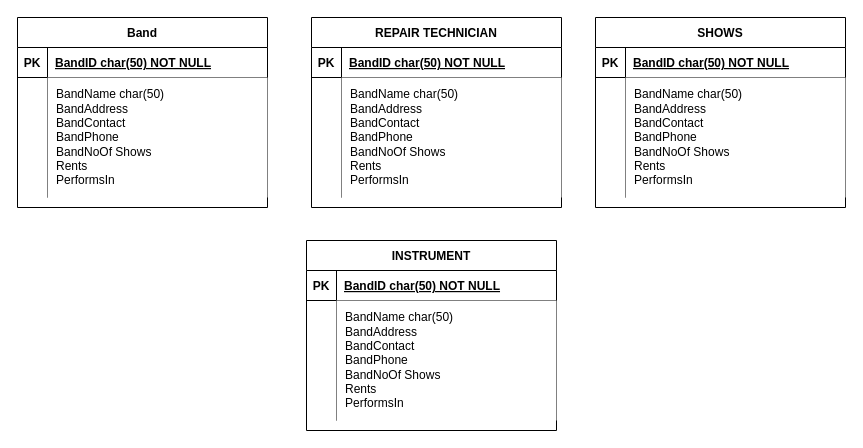
Above: tugas.drawio in josephgreffenkomala/Basis-Data (draw.io), before the change. Source tidied: cells renumbered, new cells numbered last; positions are measured from the earlier drawing's top-left corner, leaving out a move shared by most shapes. Both pictures are drawn from the tidied source at 100%, with x=0, y=0 at pixel (17, 17).
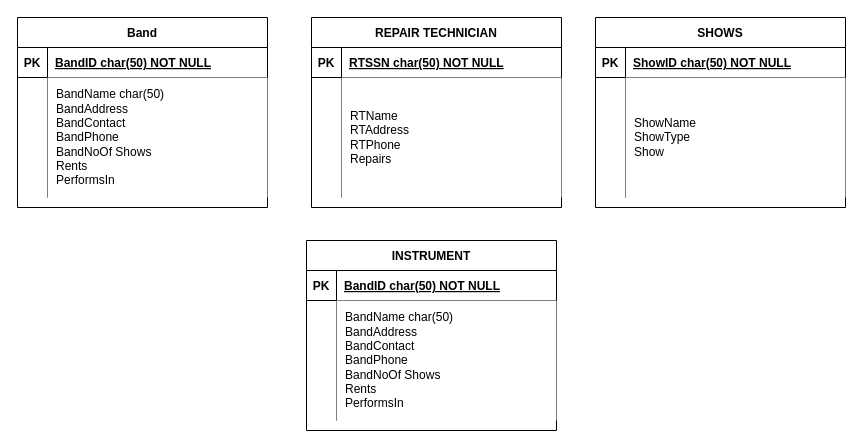
The same page after the edit.

Unchanged cells that the change refers to:
```xml
<mxCell id="10" style="shape=partialRectangle;fillColor=none;top=0;left=0;right=0;bottom=1;" parent="9" vertex="1">
  <mxGeometry y="30" width="250" height="30" as="geometry" />
</mxCell>
<mxCell id="13" style="shape=partialRectangle;fillColor=none;top=0;left=0;right=0;bottom=0;" parent="9" vertex="1">
  <mxGeometry y="60" width="250" height="120" as="geometry" />
</mxCell>
<mxCell id="17" style="shape=partialRectangle;fillColor=none;top=0;left=0;right=0;bottom=1;" parent="16" vertex="1">
  <mxGeometry y="30" width="250" height="30" as="geometry" />
</mxCell>
<mxCell id="20" style="shape=partialRectangle;fillColor=none;top=0;left=0;right=0;bottom=0;" parent="16" vertex="1">
  <mxGeometry y="60" width="250" height="120" as="geometry" />
</mxCell>
```

Change to the diagram source:
```diff
@@
-    <mxCell id="12" value="BandID char(50) NOT NULL " style="shape=partialRectangle;overflow=hidden;fillColor=none;top=0;left=0;bottom=0;right=0;align=left;spacingLeft=6;fontStyle=5;" parent="10" vertex="1">
+    <mxCell id="12" value="RTSSN char(50) NOT NULL " style="shape=partialRectangle;overflow=hidden;fillColor=none;top=0;left=0;bottom=0;right=0;align=left;spacingLeft=6;fontStyle=5;" parent="10" vertex="1">
       <mxGeometry x="30" width="220" height="30" as="geometry" />
     </mxCell>
@@
-    <mxCell id="15" value="BandName char(50)&lt;br&gt;BandAddress&lt;br&gt;BandContact&lt;br&gt;BandPhone&lt;br&gt;BandNoOf Shows&lt;br&gt;Rents&lt;br&gt;PerformsIn" style="shape=partialRectangle;overflow=hidden;fillColor=default;top=0;left=0;bottom=0;right=0;align=left;spacingLeft=7;labelBorderColor=none;html=1;spacingTop=0;spacing=2;spacingBottom=0;spacingRight=0;" parent="13" vertex="1">
+    <mxCell id="15" value="RTName&lt;div&gt;RTAddress&lt;/div&gt;&lt;div&gt;RTPhone&lt;/div&gt;&lt;div&gt;Repairs&lt;/div&gt;" style="shape=partialRectangle;overflow=hidden;fillColor=default;top=0;left=0;bottom=0;right=0;align=left;spacingLeft=7;labelBorderColor=none;html=1;spacingTop=0;spacing=2;spacingBottom=0;spacingRight=0;" parent="13" vertex="1">
       <mxGeometry x="30" width="220" height="120" as="geometry" />
     </mxCell>
@@
-    <mxCell id="19" value="BandID char(50) NOT NULL " style="shape=partialRectangle;overflow=hidden;fillColor=none;top=0;left=0;bottom=0;right=0;align=left;spacingLeft=6;fontStyle=5;" parent="17" vertex="1">
+    <mxCell id="19" value="ShowID char(50) NOT NULL " style="shape=partialRectangle;overflow=hidden;fillColor=none;top=0;left=0;bottom=0;right=0;align=left;spacingLeft=6;fontStyle=5;" parent="17" vertex="1">
       <mxGeometry x="30" width="220" height="30" as="geometry" />
     </mxCell>
@@
-    <mxCell id="22" value="BandName char(50)&lt;br&gt;BandAddress&lt;br&gt;BandContact&lt;br&gt;BandPhone&lt;br&gt;BandNoOf Shows&lt;br&gt;Rents&lt;br&gt;PerformsIn" style="shape=partialRectangle;overflow=hidden;fillColor=default;top=0;left=0;bottom=0;right=0;align=left;spacingLeft=7;labelBorderColor=none;html=1;spacingTop=0;spacing=2;spacingBottom=0;spacingRight=0;" parent="20" vertex="1">
+    <mxCell id="22" value="ShowName&lt;div&gt;ShowType&lt;/div&gt;&lt;div&gt;Show&lt;/div&gt;" style="shape=partialRectangle;overflow=hidden;fillColor=default;top=0;left=0;bottom=0;right=0;align=left;spacingLeft=7;labelBorderColor=none;html=1;spacingTop=0;spacing=2;spacingBottom=0;spacingRight=0;" parent="20" vertex="1">
       <mxGeometry x="30" width="220" height="120" as="geometry" />
     </mxCell>
```
